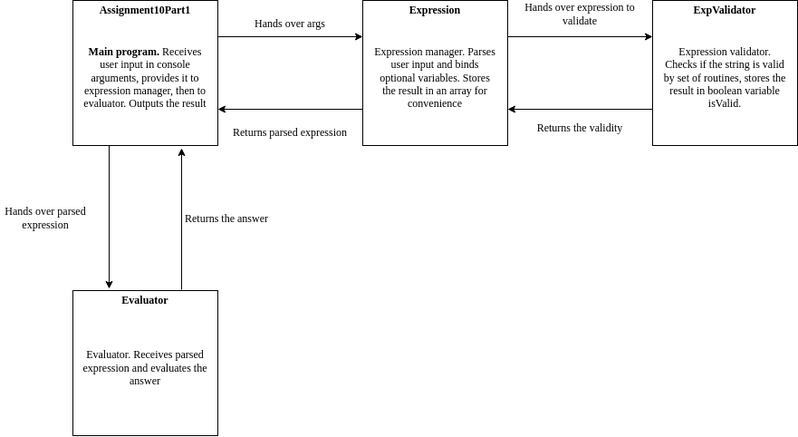
Before: assets/scheme.png, a diagram exported from draw.io (sekvanto/calculator-java). Source tidied: cells renumbered, new cells last; positions are measured from the earlier drawing's top-left corner, leaving out a move shared by most shapes.
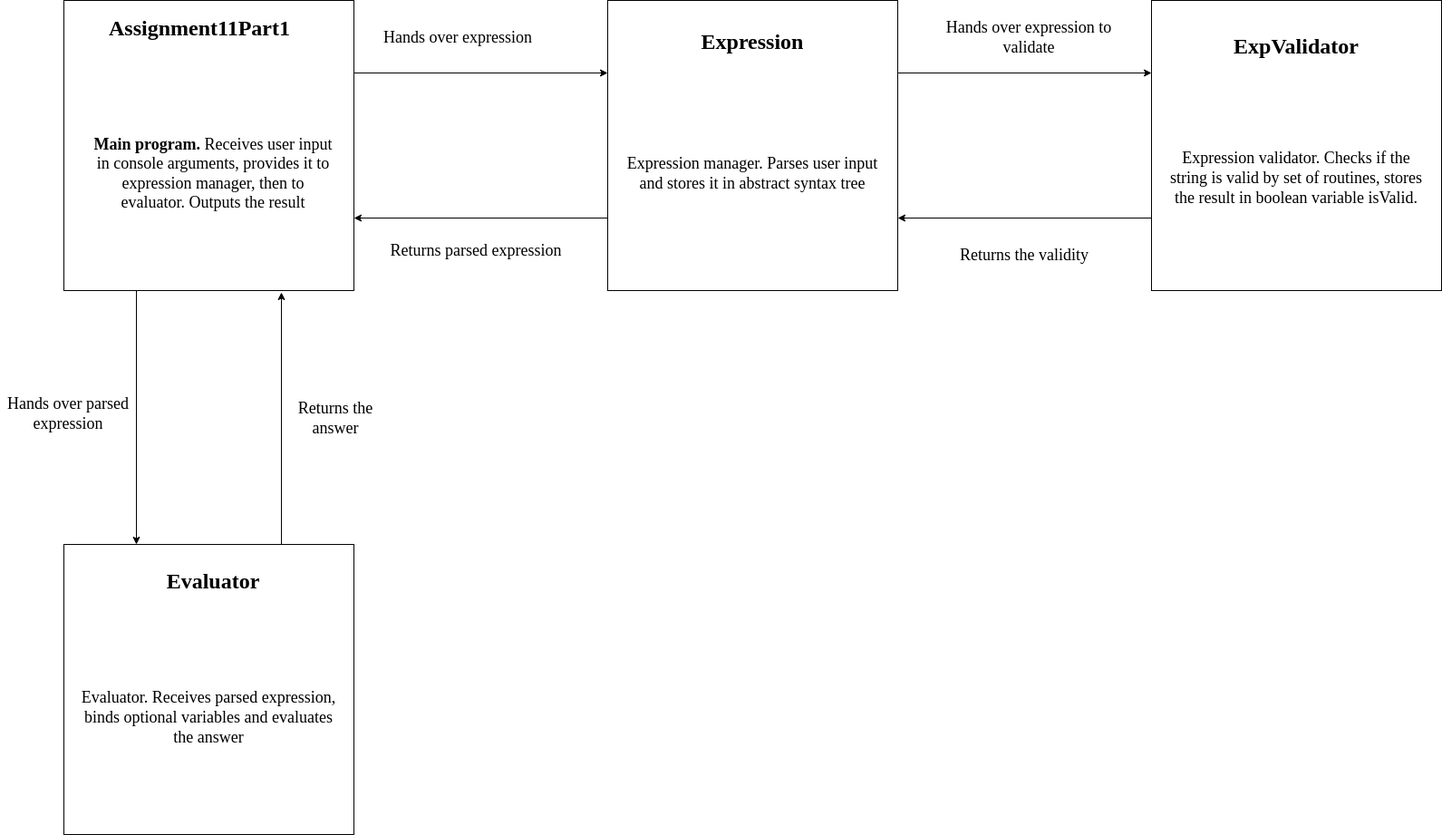
Later version of the same file.

The edit, as a diff of the source:
```diff
@@ -3,81 +3,78 @@
     <mxCell id="0" />
     <mxCell id="1" parent="0" />
     <mxCell id="2" style="whiteSpace=wrap;html=1;" parent="1" vertex="1">
-      <mxGeometry x="80" width="160" height="160" as="geometry" />
+      <mxGeometry x="-80" y="-160" width="320" height="320" as="geometry" />
     </mxCell>
-    <mxCell id="3" value="&lt;b&gt;Assignment10Part1&lt;/b&gt;" style="text;html=1;strokeColor=none;fillColor=none;align=center;verticalAlign=middle;whiteSpace=wrap;rounded=0;" parent="1" vertex="1">
-      <mxGeometry x="90" width="140" height="20" as="geometry" />
+    <mxCell id="3" value="&lt;font style=&quot;font-size: 24px&quot;&gt;&lt;b&gt;Assignment11Part1&lt;/b&gt;&lt;/font&gt;" style="text;html=1;strokeColor=none;fillColor=none;align=center;verticalAlign=middle;whiteSpace=wrap;rounded=0;" parent="1" vertex="1">
+      <mxGeometry y="-140" width="140" height="20" as="geometry" />
     </mxCell>
-    <mxCell id="4" value="&lt;b&gt;Main program.&lt;/b&gt; Receives user input in console arguments, provides it to expression manager, then to evaluator. Outputs the result" style="text;html=1;strokeColor=none;fillColor=none;align=center;verticalAlign=middle;whiteSpace=wrap;rounded=0;" parent="1" vertex="1">
-      <mxGeometry x="90" y="30" width="140" height="110" as="geometry" />
+    <mxCell id="4" value="&lt;font style=&quot;font-size: 18px&quot;&gt;&lt;b&gt;Main program.&lt;/b&gt; Receives user input in console arguments, provides it to expression manager, then to evaluator. Outputs the result&lt;/font&gt;" style="text;html=1;strokeColor=none;fillColor=none;align=center;verticalAlign=middle;whiteSpace=wrap;rounded=0;" parent="1" vertex="1">
+      <mxGeometry x="-50" y="-80" width="270" height="220" as="geometry" />
     </mxCell>
     <mxCell id="5" style="whiteSpace=wrap;html=1;" parent="1" vertex="1">
-      <mxGeometry x="400" width="160" height="160" as="geometry" />
+      <mxGeometry x="520" y="-160" width="320" height="320" as="geometry" />
     </mxCell>
-    <mxCell id="6" value="&lt;b&gt;Expression&lt;/b&gt;" style="text;html=1;strokeColor=none;fillColor=none;align=center;verticalAlign=middle;whiteSpace=wrap;rounded=0;" parent="1" vertex="1">
-      <mxGeometry x="410" width="140" height="20" as="geometry" />
+    <mxCell id="6" value="&lt;font style=&quot;font-size: 24px&quot;&gt;&lt;b&gt;Expression&lt;/b&gt;&lt;/font&gt;" style="text;html=1;strokeColor=none;fillColor=none;align=center;verticalAlign=middle;whiteSpace=wrap;rounded=0;" parent="1" vertex="1">
+      <mxGeometry x="530" y="-150" width="300" height="70" as="geometry" />
     </mxCell>
-    <mxCell id="7" value="Expression manager. Parses user input and binds optional variables. Stores the result in an array for convenience" style="text;html=1;strokeColor=none;fillColor=none;align=center;verticalAlign=middle;whiteSpace=wrap;rounded=0;" parent="1" vertex="1">
-      <mxGeometry x="410" y="30" width="140" height="110" as="geometry" />
+    <mxCell id="7" value="&lt;font style=&quot;font-size: 18px&quot;&gt;Expression manager. Parses user input and stores it in abstract syntax tree&lt;/font&gt;" style="text;html=1;strokeColor=none;fillColor=none;align=center;verticalAlign=middle;whiteSpace=wrap;rounded=0;" parent="1" vertex="1">
+      <mxGeometry x="540" y="-80" width="280" height="220" as="geometry" />
     </mxCell>
     <mxCell id="8" style="endArrow=classic;html=1;exitX=1;exitY=0.25;exitDx=0;exitDy=0;entryX=0;entryY=0.25;entryDx=0;entryDy=0;" parent="1" edge="1" source="2" target="5">
       <mxGeometry relative="1" as="geometry" />
     </mxCell>
-    <mxCell id="9" value="Hands over args" style="text;html=1;strokeColor=none;fillColor=none;align=center;verticalAlign=middle;whiteSpace=wrap;rounded=0;" parent="1" vertex="1">
-      <mxGeometry x="250" y="10" width="140" height="30" as="geometry" />
+    <mxCell id="9" value="&lt;font style=&quot;font-size: 18px&quot;&gt;Hands over expression&lt;/font&gt;" style="text;html=1;strokeColor=none;fillColor=none;align=center;verticalAlign=middle;whiteSpace=wrap;rounded=0;" parent="1" vertex="1">
+      <mxGeometry x="270" y="-160" width="170" height="80" as="geometry" />
     </mxCell>
     <mxCell id="10" style="whiteSpace=wrap;html=1;" parent="1" vertex="1">
-      <mxGeometry x="720" width="160" height="160" as="geometry" />
+      <mxGeometry x="1120" y="-160" width="320" height="320" as="geometry" />
     </mxCell>
-    <mxCell id="11" value="&lt;b&gt;ExpValidator&lt;/b&gt;" style="text;html=1;strokeColor=none;fillColor=none;align=center;verticalAlign=middle;whiteSpace=wrap;rounded=0;" parent="1" vertex="1">
-      <mxGeometry x="730" width="140" height="20" as="geometry" />
+    <mxCell id="11" value="&lt;font style=&quot;font-size: 24px&quot;&gt;&lt;b&gt;ExpValidator&lt;/b&gt;&lt;/font&gt;" style="text;html=1;strokeColor=none;fillColor=none;align=center;verticalAlign=middle;whiteSpace=wrap;rounded=0;" parent="1" vertex="1">
+      <mxGeometry x="1130" y="-150" width="300" height="80" as="geometry" />
     </mxCell>
-    <mxCell id="12" value="Expression validator. Checks if the string is valid by set of routines, stores the result in boolean variable isValid." style="text;html=1;strokeColor=none;fillColor=none;align=center;verticalAlign=middle;whiteSpace=wrap;rounded=0;" parent="1" vertex="1">
-      <mxGeometry x="730" y="30" width="140" height="110" as="geometry" />
+    <mxCell id="12" value="&lt;font style=&quot;font-size: 18px&quot;&gt;Expression validator. Checks if the string is valid by set of routines, stores the result in boolean variable isValid.&lt;/font&gt;" style="text;html=1;strokeColor=none;fillColor=none;align=center;verticalAlign=middle;whiteSpace=wrap;rounded=0;" parent="1" vertex="1">
+      <mxGeometry x="1140" y="-70" width="280" height="210" as="geometry" />
     </mxCell>
     <mxCell id="13" style="endArrow=classic;html=1;exitX=1;exitY=0.25;exitDx=0;exitDy=0;entryX=0;entryY=0.25;entryDx=0;entryDy=0;" parent="1" edge="1" source="5" target="10">
       <mxGeometry relative="1" as="geometry" />
     </mxCell>
-    <mxCell id="14" value="Hands over expression to validate" style="text;html=1;strokeColor=none;fillColor=none;align=center;verticalAlign=middle;whiteSpace=wrap;rounded=0;" parent="1" vertex="1">
-      <mxGeometry x="570" width="140" height="30" as="geometry" />
+    <mxCell id="14" value="&lt;font style=&quot;font-size: 18px&quot;&gt;Hands over expression to validate&lt;/font&gt;" style="text;html=1;strokeColor=none;fillColor=none;align=center;verticalAlign=middle;whiteSpace=wrap;rounded=0;" parent="1" vertex="1">
+      <mxGeometry x="890" y="-160" width="190" height="80" as="geometry" />
     </mxCell>
     <mxCell id="15" style="endArrow=classic;html=1;exitX=0;exitY=0.75;exitDx=0;exitDy=0;entryX=1;entryY=0.75;entryDx=0;entryDy=0;" parent="1" edge="1" source="10" target="5">
       <mxGeometry relative="1" as="geometry" />
     </mxCell>
-    <mxCell id="16" value="Returns the validity" style="text;html=1;strokeColor=none;fillColor=none;align=center;verticalAlign=middle;whiteSpace=wrap;rounded=0;" parent="1" vertex="1">
-      <mxGeometry x="570" y="120" width="140" height="40" as="geometry" />
+    <mxCell id="16" value="&lt;font style=&quot;font-size: 18px&quot;&gt;Returns the validity&lt;/font&gt;" style="text;html=1;strokeColor=none;fillColor=none;align=center;verticalAlign=middle;whiteSpace=wrap;rounded=0;" parent="1" vertex="1">
+      <mxGeometry x="880" y="80" width="200" height="80" as="geometry" />
     </mxCell>
     <mxCell id="17" style="endArrow=classic;html=1;exitX=0;exitY=0.75;exitDx=0;exitDy=0;entryX=1;entryY=0.75;entryDx=0;entryDy=0;" parent="1" edge="1" source="5" target="2">
       <mxGeometry relative="1" as="geometry" />
     </mxCell>
-    <mxCell id="18" value="Returns parsed expression" style="text;html=1;strokeColor=none;fillColor=none;align=center;verticalAlign=middle;whiteSpace=wrap;rounded=0;" parent="1" vertex="1">
-      <mxGeometry x="250" y="130" width="140" height="30" as="geometry" />
+    <mxCell id="18" value="&lt;font style=&quot;font-size: 18px&quot;&gt;Returns parsed expression&lt;/font&gt;" style="text;html=1;strokeColor=none;fillColor=none;align=center;verticalAlign=middle;whiteSpace=wrap;rounded=0;" parent="1" vertex="1">
+      <mxGeometry x="270" y="80" width="210" height="70" as="geometry" />
     </mxCell>
     <mxCell id="19" style="whiteSpace=wrap;html=1;" parent="1" vertex="1">
-      <mxGeometry x="80" y="320" width="160" height="160" as="geometry" />
+      <mxGeometry x="-80" y="440" width="320" height="320" as="geometry" />
     </mxCell>
-    <mxCell id="20" value="&lt;b&gt;Evaluator&lt;/b&gt;" style="text;html=1;strokeColor=none;fillColor=none;align=center;verticalAlign=middle;whiteSpace=wrap;rounded=0;" parent="1" vertex="1">
-      <mxGeometry x="90" y="320" width="140" height="20" as="geometry" />
+    <mxCell id="20" value="&lt;font style=&quot;font-size: 24px&quot;&gt;&lt;b&gt;Evaluator&lt;/b&gt;&lt;/font&gt;" style="text;html=1;strokeColor=none;fillColor=none;align=center;verticalAlign=middle;whiteSpace=wrap;rounded=0;" parent="1" vertex="1">
+      <mxGeometry x="-50" y="450" width="270" height="60" as="geometry" />
     </mxCell>
-    <mxCell id="21" value="Evaluator. Receives parsed expression and evaluates the answer" style="text;html=1;strokeColor=none;fillColor=none;align=center;verticalAlign=middle;whiteSpace=wrap;rounded=0;" parent="1" vertex="1">
-      <mxGeometry x="90" y="350" width="140" height="110" as="geometry" />
+    <mxCell id="21" value="&lt;font style=&quot;font-size: 18px&quot;&gt;Evaluator. Receives parsed expression, binds optional variables and evaluates the answer&lt;/font&gt;" style="text;html=1;strokeColor=none;fillColor=none;align=center;verticalAlign=middle;whiteSpace=wrap;rounded=0;" parent="1" vertex="1">
+      <mxGeometry x="-65" y="520" width="290" height="220" as="geometry" />
     </mxCell>
-    <mxCell id="22" style="endArrow=classic;html=1;exitX=0.25;exitY=1;exitDx=0;exitDy=0;" parent="1" edge="1" source="2">
-      <mxGeometry relative="1" as="geometry">
-        <mxPoint x="120" y="318" as="targetPoint" />
-      </mxGeometry>
+    <mxCell id="22" style="endArrow=classic;html=1;exitX=0.25;exitY=1;exitDx=0;exitDy=0;entryX=0.25;entryY=0;entryDx=0;entryDy=0;" parent="1" edge="1" source="2" target="19">
+      <mxGeometry relative="1" as="geometry" />
     </mxCell>
-    <mxCell id="23" value="Hands over parsed expression" style="text;html=1;strokeColor=none;fillColor=none;align=center;verticalAlign=middle;whiteSpace=wrap;rounded=0;" parent="1" vertex="1">
-      <mxGeometry y="200" width="100" height="80" as="geometry" />
+    <mxCell id="23" value="&lt;font style=&quot;font-size: 18px&quot;&gt;Hands over parsed expression&lt;/font&gt;" style="text;html=1;strokeColor=none;fillColor=none;align=center;verticalAlign=middle;whiteSpace=wrap;rounded=0;" parent="1" vertex="1">
+      <mxGeometry x="-150" y="230" width="150" height="130" as="geometry" />
     </mxCell>
-    <mxCell id="24" style="endArrow=classic;html=1;" parent="1" edge="1">
+    <mxCell id="24" style="endArrow=classic;html=1;exitX=0.75;exitY=0;exitDx=0;exitDy=0;" parent="1" edge="1" source="19">
       <mxGeometry relative="1" as="geometry">
-        <mxPoint x="200" y="319" as="sourcePoint" />
-        <mxPoint x="200" y="163" as="targetPoint" />
+        <mxPoint x="160" y="162" as="targetPoint" />
       </mxGeometry>
     </mxCell>
-    <mxCell id="25" value="Returns the answer" style="text;html=1;strokeColor=none;fillColor=none;align=center;verticalAlign=middle;whiteSpace=wrap;rounded=0;" parent="1" vertex="1">
-      <mxGeometry x="200" y="200" width="100" height="80" as="geometry" />
+    <mxCell id="25" value="&lt;font style=&quot;font-size: 18px&quot;&gt;Returns the answer&lt;/font&gt;" style="text;html=1;strokeColor=none;fillColor=none;align=center;verticalAlign=middle;whiteSpace=wrap;rounded=0;" parent="1" vertex="1">
+      <mxGeometry x="160" y="240" width="120" height="120" as="geometry" />
     </mxCell>
   </root>
 </mxGraphModel>
```
